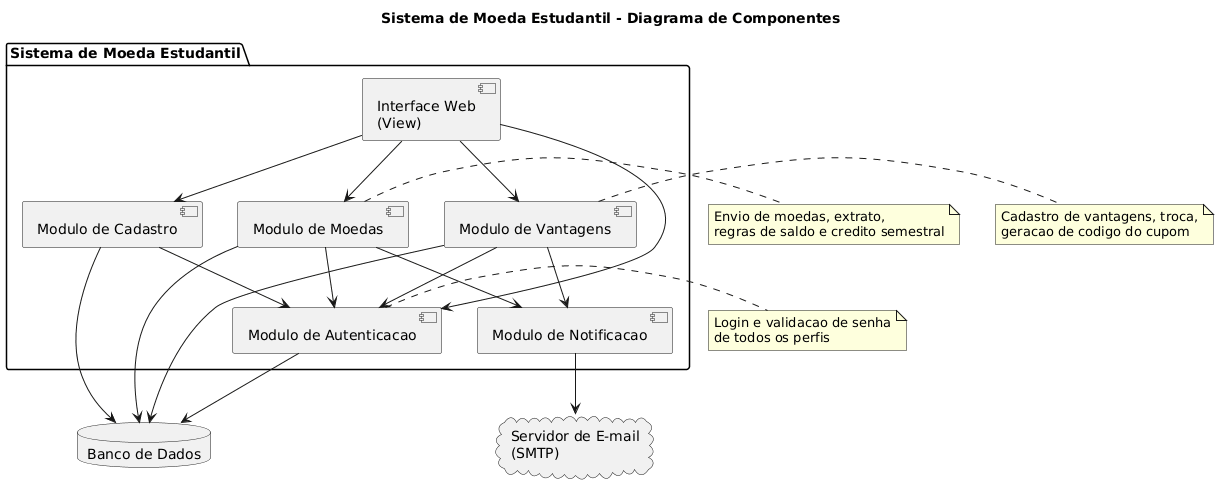
Earlier version of the PlantUML export diagramas/img/diagrama-de-componentes.png (fillmello/lab03_rounds).
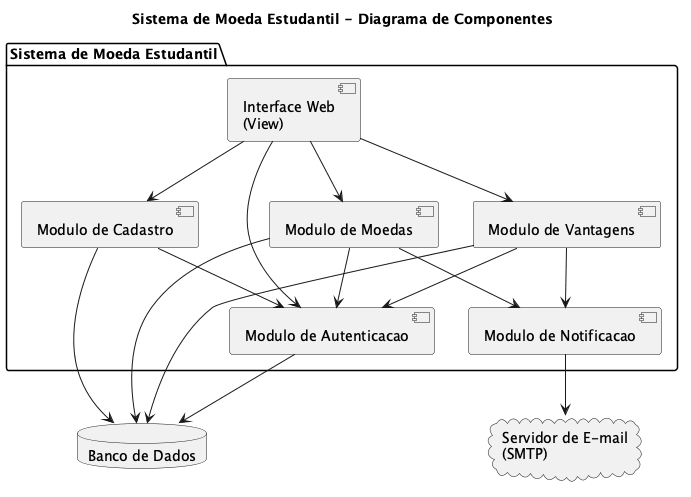
After the commit.

Change to the diagram source:
```diff
@@ -34,16 +34,4 @@
 
 Notif --> SMTP
 
-note right of Auth
-  Login e validacao de senha
-  de todos os perfis
-end note
-note right of Moedas
-  Envio de moedas, extrato,
-  regras de saldo e credito semestral
-end note
-note right of Vantagens
-  Cadastro de vantagens, troca,
-  geracao de codigo do cupom
-end note
 @enduml
```
